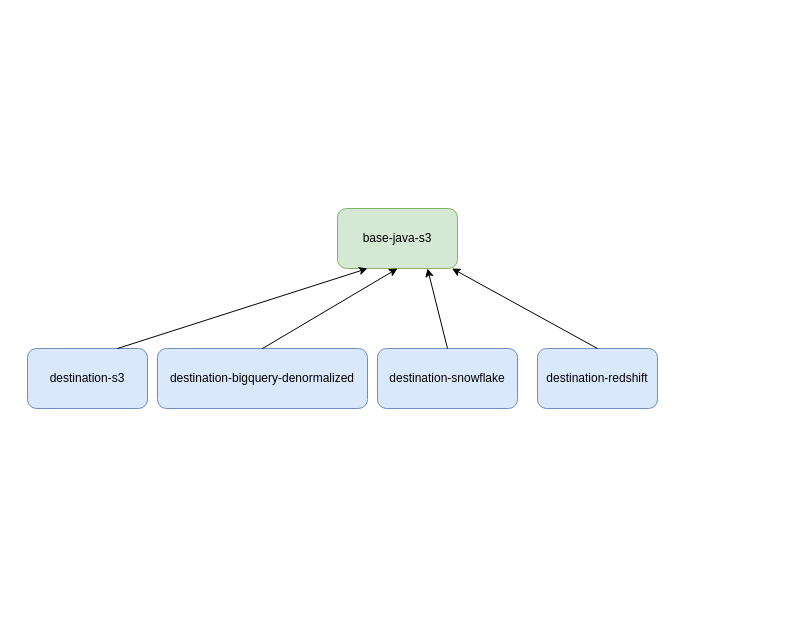
suhomud/diagrams keeps this draw.io diagram as Untitled Diagram.drawio. Above is the earlier version. Source tidied: cells renumbered, new cells numbered last; positions are measured from the earlier drawing's top-left corner, leaving out a move shared by most shapes. Both pictures are drawn from the tidied source at 100%, with x=0, y=0 at pixel (27, 208).
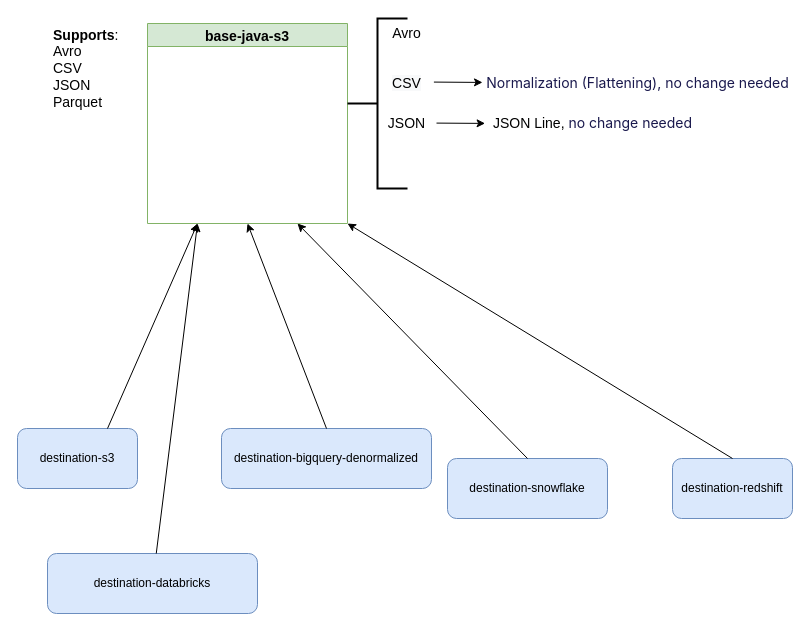
Above is the later version.

Change to the diagram source:
```diff
@@
-    <mxCell id="2" value="base-java-s3" style="rounded=1;whiteSpace=wrap;html=1;fillColor=#d5e8d4;strokeColor=#82b366;" parent="1" vertex="1">
-      <mxGeometry x="310" width="120" height="60" as="geometry" />
-    </mxCell>
     <mxCell id="3" value="destination-s3" style="rounded=1;whiteSpace=wrap;html=1;fillColor=#dae8fc;strokeColor=#6c8ebf;" parent="1" vertex="1">
-      <mxGeometry y="140" width="120" height="60" as="geometry" />
+      <mxGeometry x="-10" y="220" width="120" height="60" as="geometry" />
     </mxCell>
@@
     <mxCell id="5" value="destination-bigquery-denormalized" style="rounded=1;whiteSpace=wrap;html=1;fillColor=#dae8fc;strokeColor=#6c8ebf;" parent="1" vertex="1">
-      <mxGeometry x="130" y="140" width="210" height="60" as="geometry" />
+      <mxGeometry x="194" y="220" width="210" height="60" as="geometry" />
     </mxCell>
@@
     <mxCell id="7" value="destination-snowflake" style="rounded=1;whiteSpace=wrap;html=1;fillColor=#dae8fc;strokeColor=#6c8ebf;" parent="1" vertex="1">
-      <mxGeometry x="350" y="140" width="140" height="60" as="geometry" />
+      <mxGeometry x="420" y="250" width="160" height="60" as="geometry" />
     </mxCell>
@@
     <mxCell id="9" value="destination-redshift" style="rounded=1;whiteSpace=wrap;html=1;fillColor=#dae8fc;strokeColor=#6c8ebf;" parent="1" vertex="1">
-      <mxGeometry x="510" y="140" width="120" height="60" as="geometry" />
+      <mxGeometry x="645" y="250" width="120" height="60" as="geometry" />
     </mxCell>
-    <mxCell id="10" style="endArrow=classic;html=1;rounded=0;exitX=0.5;exitY=0;exitDx=0;exitDy=0;" parent="1" edge="1" source="9" target="2">
+    <mxCell id="10" style="endArrow=classic;html=1;rounded=0;exitX=0.5;exitY=0;exitDx=0;exitDy=0;entryX=1;entryY=1;entryDx=0;entryDy=0;" parent="1" edge="1" source="9" target="2">
       <mxGeometry relative="1" as="geometry" />
     </mxCell>
+    <mxCell id="2" value="base-java-s3" style="swimlane;fontStyle=1;fontSize=14;fillColor=#d5e8d4;strokeColor=#82b366;" parent="1" vertex="1">
+      <mxGeometry x="120" y="-185" width="200" height="200" as="geometry" />
+    </mxCell>
+    <mxCell id="11" value="&lt;b&gt;Supports&lt;/b&gt;:&lt;br&gt;Avro&lt;br&gt;CSV&lt;br&gt;JSON&lt;br&gt;Parquet" style="text;strokeColor=none;fillColor=none;align=left;verticalAlign=middle;spacingLeft=4;spacingRight=4;overflow=hidden;whiteSpace=wrap;html=1;fontSize=14;" parent="1" vertex="1">
+      <mxGeometry x="20" y="-190" width="80" height="100" as="geometry" />
+    </mxCell>
+    <mxCell id="12" value="&lt;span style=&quot;text-align: left;&quot;&gt;Avro&lt;/span&gt;" style="text;html=1;align=center;verticalAlign=middle;strokeColor=none;fillColor=none;fontSize=14;" parent="1" vertex="1">
+      <mxGeometry x="354" y="-190" width="50" height="30" as="geometry" />
+    </mxCell>
+    <mxCell id="13" value="&lt;span style=&quot;caret-color: rgb(0, 0, 0); color: rgb(0, 0, 0); font-family: Helvetica; font-size: 14px; font-style: normal; font-variant-caps: normal; font-weight: 400; letter-spacing: normal; text-align: left; text-indent: 0px; text-transform: none; word-spacing: 0px; -webkit-text-stroke-width: 0px; background-color: rgb(248, 249, 250); text-decoration: none; float: none; display: inline !important;&quot;&gt;CSV&lt;/span&gt;" style="text;html=1;align=center;verticalAlign=middle;points=[];strokeColor=none;fillColor=none;fontSize=14;" parent="1" vertex="1">
+      <mxGeometry x="354" y="-140" width="50" height="30" as="geometry" />
+    </mxCell>
+    <mxCell id="14" value="&lt;span style=&quot;text-align: start; caret-color: rgb(26, 25, 77); color: rgb(26, 25, 77); font-family: Inter, Helvetica, Arial, sans-serif; font-size: 14.000000953674316px; background-color: rgb(255, 255, 255);&quot;&gt;Normalization (Flattening), no change needed&lt;/span&gt;" style="text;html=1;align=center;verticalAlign=middle;points=[];strokeColor=none;fillColor=none;fontSize=14;" parent="1" vertex="1">
+      <mxGeometry x="455" y="-140" width="310" height="30" as="geometry" />
+    </mxCell>
+    <mxCell id="15" style="endArrow=classic;html=1;rounded=0;fontSize=14;exitX=1.048;exitY=0.453;exitDx=0;exitDy=0;exitPerimeter=0;" parent="1" edge="1" source="13" target="14">
+      <mxGeometry relative="1" as="geometry" />
+    </mxCell>
+    <mxCell id="16" style="strokeWidth=2;html=1;shape=mxgraph.flowchart.annotation_2;align=left;labelPosition=right;fontSize=14;" parent="1" vertex="1">
+      <mxGeometry x="320" y="-190" width="60" height="170" as="geometry" />
+    </mxCell>
+    <mxCell id="17" value="&lt;span style=&quot;text-align: left;&quot;&gt;JSON&lt;/span&gt;" style="text;html=1;align=center;verticalAlign=middle;strokeColor=none;fillColor=none;fontSize=14;" parent="1" vertex="1">
+      <mxGeometry x="349" y="-100" width="60" height="30" as="geometry" />
+    </mxCell>
+    <mxCell id="18" style="endArrow=classic;html=1;rounded=0;fontSize=14;exitX=1.048;exitY=0.453;exitDx=0;exitDy=0;exitPerimeter=0;" parent="1" edge="1">
+      <mxGeometry relative="1" as="geometry">
+        <mxPoint x="409" y="-85.4" as="sourcePoint" />
+        <mxPoint x="457.6" y="-85.1" as="targetPoint" />
+      </mxGeometry>
+    </mxCell>
+    <mxCell id="19" value="JSON Line,&amp;nbsp;&lt;span style=&quot;caret-color: rgb(26, 25, 77); color: rgb(26, 25, 77); font-family: Inter, Helvetica, Arial, sans-serif; font-size: 14.000000953674316px; text-align: start; background-color: rgb(255, 255, 255);&quot;&gt;no change needed&lt;/span&gt;" style="text;html=1;align=center;verticalAlign=middle;strokeColor=none;fillColor=none;fontSize=14;" parent="1" vertex="1">
+      <mxGeometry x="460" y="-100" width="210" height="30" as="geometry" />
+    </mxCell>
+    <mxCell id="20" value="destination-databricks" style="rounded=1;whiteSpace=wrap;html=1;fillColor=#dae8fc;strokeColor=#6c8ebf;" parent="1" vertex="1">
+      <mxGeometry x="20" y="345" width="210" height="60" as="geometry" />
+    </mxCell>
+    <mxCell id="21" style="endArrow=classic;html=1;rounded=0;fontSize=14;entryX=0.25;entryY=1;entryDx=0;entryDy=0;" parent="1" edge="1" source="20" target="2">
+      <mxGeometry relative="1" as="geometry" />
+    </mxCell>
```
